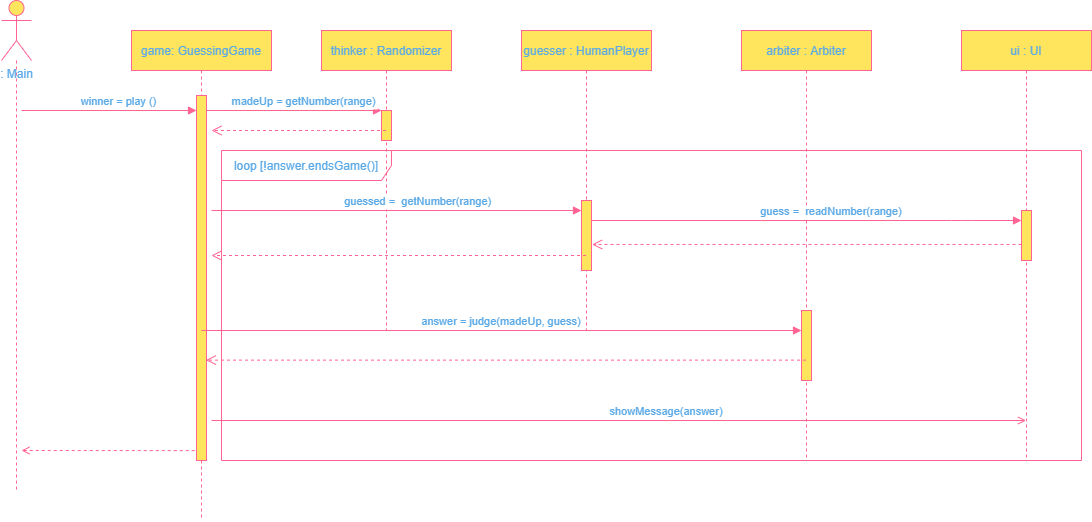
This is sequence_diagram_diagrams.png from Szymon-Skazinski/CHARTS, a draw.io export, as it was before one commit. Source tidied: cells renumbered, new cells last; positions are measured from the earlier drawing's top-left corner, leaving out a move shared by most shapes.
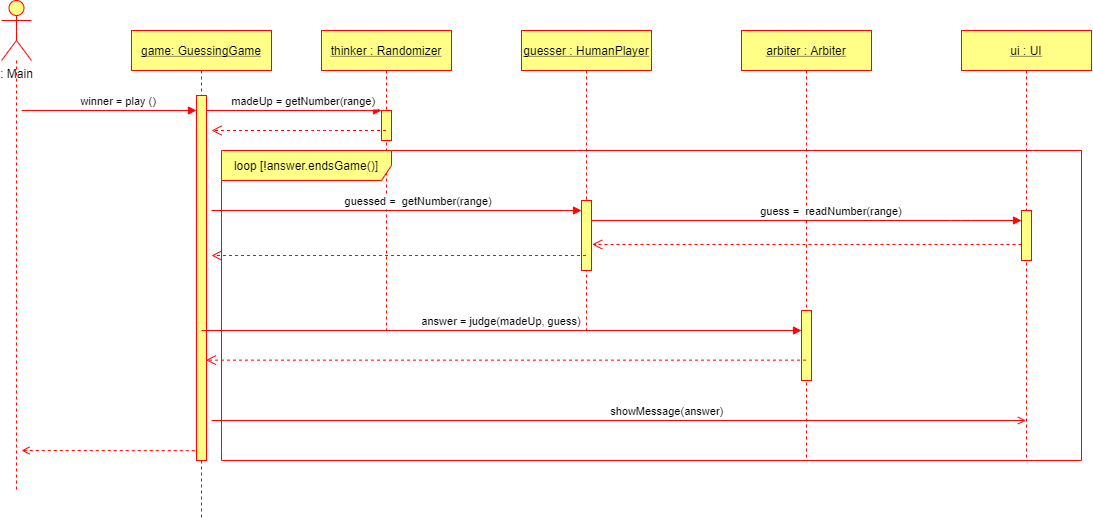
Later version of the same file.

Change to the diagram source:
```diff
@@ -2,19 +2,19 @@
   <root>
     <mxCell id="0" />
     <mxCell id="1" parent="0" />
-    <mxCell id="2" value="game: GuessingGame" style="shape=umlLifeline;perimeter=lifelinePerimeter;rounded=0;shadow=0;strokeWidth=1;fillColor=#FFE45E;strokeColor=#FF6392;fontColor=#5AA9E6;" parent="1" vertex="1">
+    <mxCell id="2" value="game: GuessingGame" style="shape=umlLifeline;perimeter=lifelinePerimeter;rounded=0;shadow=0;strokeWidth=1;fillColor=#ffff88;fontStyle=4;strokeColor=#FF0303;" parent="1" vertex="1">
       <mxGeometry x="130" y="30" width="140" height="490" as="geometry" />
     </mxCell>
-    <mxCell id="3" style="points=[];perimeter=orthogonalPerimeter;rounded=0;shadow=0;strokeWidth=1;fillColor=#FFE45E;strokeColor=#FF6392;fontColor=#5AA9E6;" parent="2" vertex="1">
+    <mxCell id="3" style="points=[];perimeter=orthogonalPerimeter;rounded=0;shadow=0;strokeWidth=1;fillColor=#ffff88;strokeColor=#FF0303;" parent="2" vertex="1">
       <mxGeometry x="65" y="65" width="10" height="365" as="geometry" />
     </mxCell>
-    <mxCell id="4" value="thinker : Randomizer" style="shape=umlLifeline;perimeter=lifelinePerimeter;rounded=0;shadow=0;strokeWidth=1;fillColor=#FFE45E;strokeColor=#FF6392;fontColor=#5AA9E6;" parent="1" vertex="1">
+    <mxCell id="4" value="thinker : Randomizer" style="shape=umlLifeline;perimeter=lifelinePerimeter;rounded=0;shadow=0;strokeWidth=1;fillColor=#ffff88;fontStyle=4;strokeColor=#FF0303;" parent="1" vertex="1">
       <mxGeometry x="320" y="30" width="130" height="300" as="geometry" />
     </mxCell>
-    <mxCell id="5" style="points=[];perimeter=orthogonalPerimeter;rounded=0;shadow=0;strokeWidth=1;fillColor=#FFE45E;strokeColor=#FF6392;fontColor=#5AA9E6;" parent="4" vertex="1">
+    <mxCell id="5" style="points=[];perimeter=orthogonalPerimeter;rounded=0;shadow=0;strokeWidth=1;fillColor=#ffff88;strokeColor=#FF0303;" parent="4" vertex="1">
       <mxGeometry x="60" y="80" width="10" height="30" as="geometry" />
     </mxCell>
-    <mxCell id="6" style="verticalAlign=bottom;endArrow=open;dashed=1;endSize=8;shadow=0;strokeWidth=1;anchorPointDirection=1;strokeColor=#FF6392;fontColor=#5AA9E6;" parent="1" edge="1" source="4">
+    <mxCell id="6" style="verticalAlign=bottom;endArrow=open;dashed=1;endSize=8;shadow=0;strokeWidth=1;anchorPointDirection=1;fillColor=#ffff88;strokeColor=#FF0303;" parent="1" edge="1" source="4">
       <mxGeometry relative="1" as="geometry">
         <mxPoint x="210" y="130" as="targetPoint" />
         <Array as="points">
@@ -22,55 +22,55 @@
         </Array>
       </mxGeometry>
     </mxCell>
-    <mxCell id="7" value="madeUp = getNumber(range)" style="verticalAlign=bottom;endArrow=block;entryX=0;entryY=0;shadow=0;strokeWidth=1;strokeColor=#FF6392;fontColor=#5AA9E6;" parent="1" edge="1" source="3" target="5">
+    <mxCell id="7" value="madeUp = getNumber(range)" style="verticalAlign=bottom;endArrow=block;entryX=0;entryY=0;shadow=0;strokeWidth=1;fillColor=#ffff88;strokeColor=#FF0303;" parent="1" edge="1" source="3" target="5">
       <mxGeometry x="0.12" relative="1" as="geometry" />
     </mxCell>
-    <mxCell id="8" value="guesser : HumanPlayer" style="shape=umlLifeline;perimeter=lifelinePerimeter;rounded=0;shadow=0;strokeWidth=1;fillColor=#FFE45E;strokeColor=#FF6392;fontColor=#5AA9E6;" parent="1" vertex="1">
+    <mxCell id="8" value="guesser : HumanPlayer" style="shape=umlLifeline;perimeter=lifelinePerimeter;rounded=0;shadow=0;strokeWidth=1;fillColor=#ffff88;fontStyle=4;strokeColor=#FF0303;" parent="1" vertex="1">
       <mxGeometry x="520" y="30" width="130" height="300" as="geometry" />
     </mxCell>
-    <mxCell id="9" style="points=[];perimeter=orthogonalPerimeter;rounded=0;shadow=0;strokeWidth=1;fillColor=#FFE45E;strokeColor=#FF6392;fontColor=#5AA9E6;" parent="8" vertex="1">
+    <mxCell id="9" style="points=[];perimeter=orthogonalPerimeter;rounded=0;shadow=0;strokeWidth=1;fillColor=#ffff88;strokeColor=#FF0303;" parent="8" vertex="1">
       <mxGeometry x="60" y="170" width="10" height="70" as="geometry" />
     </mxCell>
-    <mxCell id="10" value="arbiter : Arbiter" style="shape=umlLifeline;perimeter=lifelinePerimeter;rounded=0;shadow=0;strokeWidth=1;fillColor=#FFE45E;strokeColor=#FF6392;fontColor=#5AA9E6;" parent="1" vertex="1">
+    <mxCell id="10" value="arbiter : Arbiter" style="shape=umlLifeline;perimeter=lifelinePerimeter;rounded=0;shadow=0;strokeWidth=1;fillColor=#ffff88;fontStyle=4;strokeColor=#FF0303;" parent="1" vertex="1">
       <mxGeometry x="740" y="30" width="130" height="430" as="geometry" />
     </mxCell>
-    <mxCell id="11" style="points=[];perimeter=orthogonalPerimeter;rounded=0;shadow=0;strokeWidth=1;fillColor=#FFE45E;strokeColor=#FF6392;fontColor=#5AA9E6;" parent="10" vertex="1">
+    <mxCell id="11" style="points=[];perimeter=orthogonalPerimeter;rounded=0;shadow=0;strokeWidth=1;fillColor=#ffff88;strokeColor=#FF0303;" parent="10" vertex="1">
       <mxGeometry x="60" y="280" width="10" height="70" as="geometry" />
     </mxCell>
-    <mxCell id="12" value="ui : UI" style="shape=umlLifeline;perimeter=lifelinePerimeter;rounded=0;shadow=0;strokeWidth=1;fillColor=#FFE45E;strokeColor=#FF6392;fontColor=#5AA9E6;" parent="1" vertex="1">
+    <mxCell id="12" value="ui : UI" style="shape=umlLifeline;perimeter=lifelinePerimeter;rounded=0;shadow=0;strokeWidth=1;fillColor=#ffff88;fontStyle=4;strokeColor=#FF0303;" parent="1" vertex="1">
       <mxGeometry x="960" y="30" width="130" height="430" as="geometry" />
     </mxCell>
-    <mxCell id="13" style="points=[];perimeter=orthogonalPerimeter;rounded=0;shadow=0;strokeWidth=1;fillColor=#FFE45E;strokeColor=#FF6392;fontColor=#5AA9E6;" parent="12" vertex="1">
+    <mxCell id="13" style="points=[];perimeter=orthogonalPerimeter;rounded=0;shadow=0;strokeWidth=1;fillColor=#ffff88;strokeColor=#FF0303;" parent="12" vertex="1">
       <mxGeometry x="60" y="180" width="10" height="50" as="geometry" />
     </mxCell>
-    <mxCell id="14" style="edgeStyle=orthogonalEdgeStyle;rounded=0;jettySize=auto;html=1;shadow=0;fontSize=12;strokeWidth=1;fillColor=#FFE45E;endArrow=none;endFill=0;dashed=1;strokeColor=#FF6392;fontColor=#5AA9E6;" parent="1" edge="1" source="15">
+    <mxCell id="14" style="edgeStyle=orthogonalEdgeStyle;rounded=0;jettySize=auto;html=1;shadow=0;fontSize=12;strokeWidth=1;fillColor=#ffff88;endArrow=none;endFill=0;dashed=1;strokeColor=#FF0303;" parent="1" edge="1" source="15">
       <mxGeometry relative="1" as="geometry">
         <mxPoint x="15" y="490" as="targetPoint" />
       </mxGeometry>
     </mxCell>
-    <mxCell id="15" value=": Main" style="shape=umlActor;verticalLabelPosition=bottom;verticalAlign=top;html=1;outlineConnect=0;fillColor=#FFE45E;strokeColor=#FF6392;fontColor=#5AA9E6;" parent="1" vertex="1">
+    <mxCell id="15" value=": Main" style="shape=umlActor;verticalLabelPosition=bottom;verticalAlign=top;html=1;outlineConnect=0;fillColor=#ffff88;strokeColor=#FF0303;" parent="1" vertex="1">
       <mxGeometry width="30" height="60" as="geometry" />
     </mxCell>
-    <mxCell id="16" value="winner = play ()" style="verticalAlign=bottom;endArrow=block;shadow=0;strokeWidth=1;strokeColor=#FF6392;fontColor=#5AA9E6;" parent="1" edge="1" target="3">
+    <mxCell id="16" value="winner = play ()" style="verticalAlign=bottom;endArrow=block;shadow=0;strokeWidth=1;fillColor=#ffff88;strokeColor=#FF0303;" parent="1" edge="1" target="3">
       <mxGeometry x="0.12" relative="1" as="geometry">
         <mxPoint x="20" y="110" as="sourcePoint" />
       </mxGeometry>
     </mxCell>
-    <mxCell id="17" style="verticalAlign=bottom;endArrow=open;dashed=1;endSize=8;shadow=0;strokeWidth=1;anchorPointDirection=0;strokeColor=#FF6392;fontColor=#5AA9E6;startFill=1;endFill=1;" parent="1" edge="1" source="8">
+    <mxCell id="17" style="verticalAlign=bottom;endArrow=open;dashed=1;endSize=8;shadow=0;strokeWidth=1;anchorPointDirection=0;startFill=1;endFill=1;fillColor=#ffff88;strokeColor=#FF0303;" parent="1" edge="1" source="8">
       <mxGeometry relative="1" as="geometry">
         <mxPoint x="210" y="255" as="targetPoint" />
       </mxGeometry>
     </mxCell>
-    <mxCell id="18" value="guessed =  getNumber(range)" style="verticalAlign=bottom;endArrow=block;shadow=0;strokeWidth=1;strokeColor=#FF6392;fontColor=#5AA9E6;" parent="1" edge="1">
+    <mxCell id="18" value="guessed =  getNumber(range)" style="verticalAlign=bottom;endArrow=block;shadow=0;strokeWidth=1;fillColor=#ffff88;strokeColor=#FF0303;" parent="1" edge="1">
       <mxGeometry x="0.12" relative="1" as="geometry">
         <mxPoint x="210" y="210" as="sourcePoint" />
         <mxPoint x="580" y="210" as="targetPoint" />
       </mxGeometry>
     </mxCell>
-    <mxCell id="19" style="verticalAlign=bottom;endArrow=open;dashed=1;endSize=8;shadow=0;strokeWidth=1;anchorPointDirection=0;strokeColor=#FF6392;fontColor=#5AA9E6;startFill=1;endFill=1;entryX=1.062;entryY=0.628;entryDx=0;entryDy=0;entryPerimeter=0;" parent="1" edge="1" source="13" target="9">
+    <mxCell id="19" style="verticalAlign=bottom;endArrow=open;dashed=1;endSize=8;shadow=0;strokeWidth=1;anchorPointDirection=0;startFill=1;endFill=1;entryX=1.062;entryY=0.628;entryDx=0;entryDy=0;entryPerimeter=0;fillColor=#ffff88;strokeColor=#FF0303;" parent="1" edge="1" source="13" target="9">
       <mxGeometry relative="1" as="geometry" />
     </mxCell>
-    <mxCell id="20" value="guess =  readNumber(range)" style="verticalAlign=bottom;endArrow=block;shadow=0;strokeWidth=1;strokeColor=#FF6392;fontColor=#5AA9E6;" parent="1" edge="1">
+    <mxCell id="20" value="guess =  readNumber(range)" style="verticalAlign=bottom;endArrow=block;shadow=0;strokeWidth=1;fillColor=#ffff88;strokeColor=#FF0303;" parent="1" edge="1">
       <mxGeometry x="0.12" relative="1" as="geometry">
         <mxPoint x="590" y="220" as="sourcePoint" />
         <mxPoint x="1020" y="220" as="targetPoint" />
@@ -79,25 +79,25 @@
         </Array>
       </mxGeometry>
     </mxCell>
-    <mxCell id="21" style="verticalAlign=bottom;endArrow=open;dashed=1;endSize=8;shadow=0;strokeWidth=1;anchorPointDirection=0;strokeColor=#FF6392;fontColor=#5AA9E6;startFill=1;endFill=1;entryX=0.941;entryY=0.725;entryDx=0;entryDy=0;entryPerimeter=0;" parent="1" edge="1" source="10" target="3">
+    <mxCell id="21" style="verticalAlign=bottom;endArrow=open;dashed=1;endSize=8;shadow=0;strokeWidth=1;anchorPointDirection=0;startFill=1;endFill=1;entryX=0.941;entryY=0.725;entryDx=0;entryDy=0;entryPerimeter=0;fillColor=#ffff88;strokeColor=#FF0303;" parent="1" edge="1" source="10" target="3">
       <mxGeometry relative="1" as="geometry" />
     </mxCell>
-    <mxCell id="22" value="answer = judge(madeUp, guess)" style="verticalAlign=bottom;endArrow=block;shadow=0;strokeWidth=1;strokeColor=#FF6392;fontColor=#5AA9E6;" parent="1" edge="1" target="11">
+    <mxCell id="22" value="answer = judge(madeUp, guess)" style="verticalAlign=bottom;endArrow=block;shadow=0;strokeWidth=1;fillColor=#ffff88;strokeColor=#FF0303;" parent="1" edge="1" target="11">
       <mxGeometry relative="1" as="geometry">
         <mxPoint x="200" y="330" as="sourcePoint" />
       </mxGeometry>
     </mxCell>
-    <mxCell id="23" value="showMessage(answer)" style="verticalAlign=bottom;endArrow=open;shadow=0;strokeWidth=1;strokeColor=#FF6392;fontColor=#5AA9E6;endFill=0;" parent="1" edge="1" target="12">
+    <mxCell id="23" value="showMessage(answer)" style="verticalAlign=bottom;endArrow=open;shadow=0;strokeWidth=1;endFill=0;fillColor=#ffff88;strokeColor=#FF0303;" parent="1" edge="1" target="12">
       <mxGeometry x="0.12" relative="1" as="geometry">
         <mxPoint x="210" y="420" as="sourcePoint" />
       </mxGeometry>
     </mxCell>
-    <mxCell id="24" style="endArrow=none;html=1;strokeColor=#FF6392;fontColor=#5AA9E6;shadow=0;dashed=1;verticalAlign=bottom;strokeWidth=1;endFill=0;endSize=8;startFill=0;entryX=0.045;entryY=0.973;entryDx=0;entryDy=0;entryPerimeter=0;startArrow=open;" parent="1" edge="1" target="3">
+    <mxCell id="24" style="endArrow=none;html=1;shadow=0;dashed=1;verticalAlign=bottom;strokeWidth=1;endFill=0;endSize=8;startFill=0;entryX=0.045;entryY=0.973;entryDx=0;entryDy=0;entryPerimeter=0;startArrow=open;fillColor=#ffff88;strokeColor=#FF0303;" parent="1" edge="1" target="3">
       <mxGeometry relative="1" as="geometry">
         <mxPoint x="20" y="450" as="sourcePoint" />
       </mxGeometry>
     </mxCell>
-    <mxCell id="25" value="loop [!answer.endsGame()]" style="shape=umlFrame;whiteSpace=wrap;html=1;rounded=0;sketch=0;strokeColor=#FF6392;fontColor=#5AA9E6;width=170;height=30;fillColor=none;" parent="1" vertex="1">
+    <mxCell id="25" value="loop [!answer.endsGame()]" style="shape=umlFrame;whiteSpace=wrap;html=1;rounded=0;sketch=0;width=170;height=30;fillColor=#ffff88;strokeColor=#FF0303;" parent="1" vertex="1">
       <mxGeometry x="220" y="150" width="860" height="310" as="geometry" />
     </mxCell>
   </root>
```
